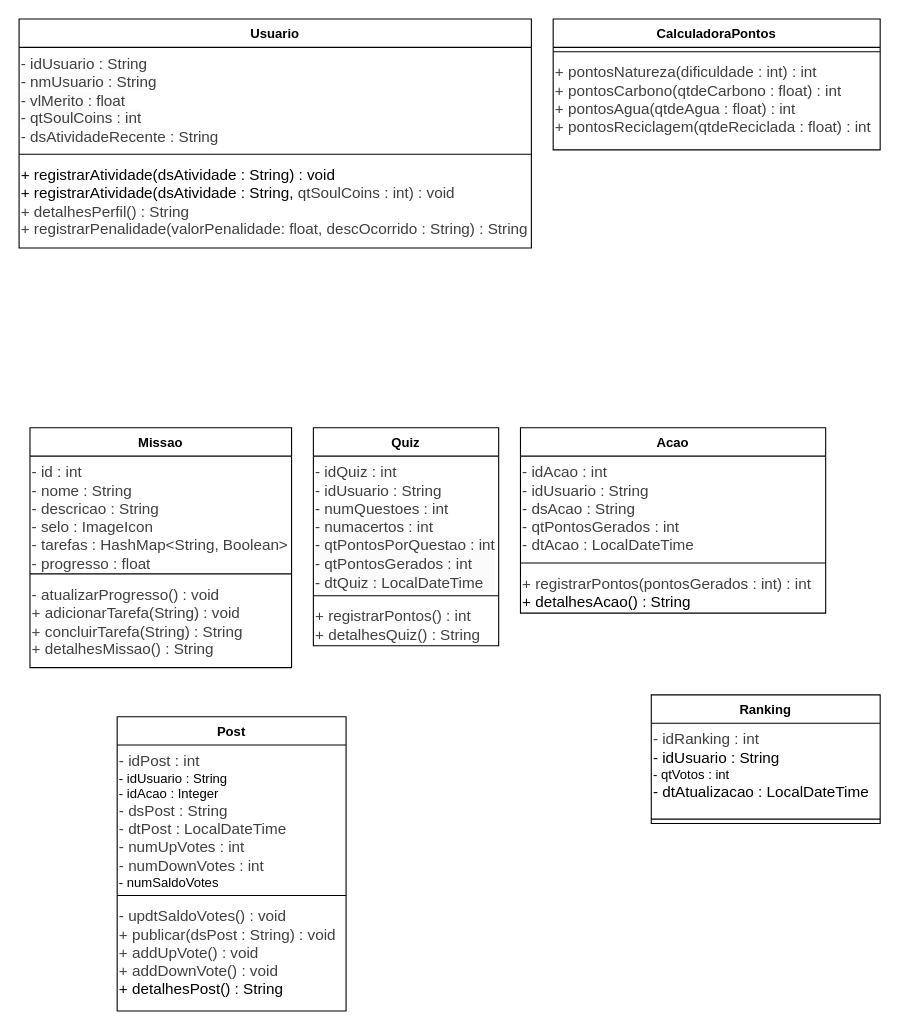
Before: diagrams/diagrama-classes.drawio in SolConTech/ecoscore-java-db, a draw.io diagram. Source tidied: cells renumbered, new cells numbered last; positions are measured from the earlier drawing's top-left corner, leaving out a move shared by most shapes. Both pictures are drawn from the tidied source at 109%, with x=0, y=0 at pixel (19, 19).
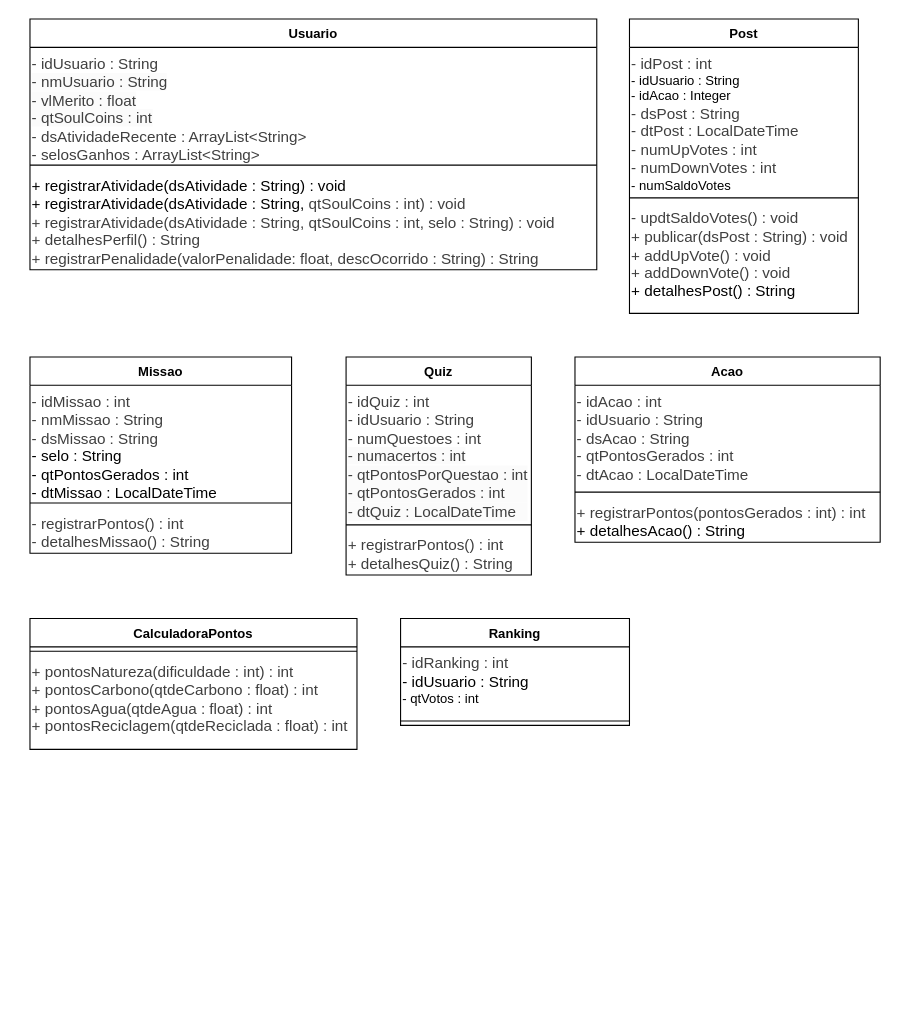
The same diagram, later.

Change to the diagram source:
```diff
@@
     <mxCell id="2" value="Usuario" style="swimlane;fontStyle=1;align=center;verticalAlign=top;horizontal=1;startSize=26;whiteSpace=wrap;html=1;" parent="1" vertex="1">
-      <mxGeometry width="470" height="210" as="geometry" />
+      <mxGeometry x="10" width="520" height="230" as="geometry" />
     </mxCell>
-    <mxCell id="3" value="&lt;div&gt;&lt;span style=&quot;color: rgb(63, 63, 63); font-size: 14px;&quot;&gt;- idUsuario : String&lt;/span&gt;&lt;span style=&quot;background-color: light-dark(#ffffff, var(--ge-dark-color, #121212));&quot;&gt;&lt;span style=&quot;color: rgb(63, 63, 63); font-family: Helvetica; font-size: 14px; font-style: normal; font-variant-ligatures: normal; font-variant-caps: normal; letter-spacing: normal; orphans: 2; text-align: -webkit-left; text-indent: 0px; text-transform: none; widows: 2; word-spacing: 0px; -webkit-text-stroke-width: 0px; white-space: normal; text-decoration-thickness: initial; text-decoration-style: initial; text-decoration-color: initial; float: none; background-color: rgb(251, 251, 251); display: inline !important;&quot;&gt;&lt;/span&gt;&lt;/span&gt;&lt;/div&gt;&lt;span style=&quot;background-color: light-dark(#ffffff, var(--ge-dark-color, #121212));&quot;&gt;&lt;span style=&quot;color: rgb(63, 63, 63); font-family: Helvetica; font-size: 14px; font-style: normal; font-variant-ligatures: normal; font-variant-caps: normal; letter-spacing: normal; orphans: 2; text-align: -webkit-left; text-indent: 0px; text-transform: none; widows: 2; word-spacing: 0px; -webkit-text-stroke-width: 0px; white-space: normal; text-decoration-thickness: initial; text-decoration-style: initial; text-decoration-color: initial; float: none; background-color: rgb(251, 251, 251); display: inline !important;&quot;&gt;- nmUsuario : String&lt;/span&gt;&lt;br style=&quot;forced-color-adjust: none; color: rgb(63, 63, 63); scrollbar-color: rgb(226, 226, 226) rgb(251, 251, 251); font-family: Helvetica; font-size: 14px; font-style: normal; font-variant-ligatures: normal; font-variant-caps: normal; letter-spacing: normal; orphans: 2; text-align: -webkit-left; text-indent: 0px; text-transform: none; widows: 2; word-spacing: 0px; -webkit-text-stroke-width: 0px; white-space: normal; text-decoration-thickness: initial; text-decoration-style: initial; text-decoration-color: initial; background-color: rgb(251, 251, 251);&quot;&gt;&lt;span style=&quot;color: rgb(63, 63, 63); font-family: Helvetica; font-size: 14px; font-style: normal; font-variant-ligatures: normal; font-variant-caps: normal; letter-spacing: normal; orphans: 2; text-align: -webkit-left; text-indent: 0px; text-transform: none; widows: 2; word-spacing: 0px; -webkit-text-stroke-width: 0px; white-space: normal; text-decoration-thickness: initial; text-decoration-style: initial; text-decoration-color: initial; float: none; background-color: rgb(251, 251, 251); display: inline !important;&quot;&gt;- vlMerito : float&lt;/span&gt;&lt;br style=&quot;forced-color-adjust: none; color: rgb(63, 63, 63); scrollbar-color: rgb(226, 226, 226) rgb(251, 251, 251); font-family: Helvetica; font-size: 14px; font-style: normal; font-variant-ligatures: normal; font-variant-caps: normal; letter-spacing: normal; orphans: 2; text-align: -webkit-left; text-indent: 0px; text-transform: none; widows: 2; word-spacing: 0px; -webkit-text-stroke-width: 0px; white-space: normal; text-decoration-thickness: initial; text-decoration-style: initial; text-decoration-color: initial; background-color: rgb(251, 251, 251);&quot;&gt;&lt;span style=&quot;color: rgb(63, 63, 63); font-family: Helvetica; font-size: 14px; font-style: normal; font-variant-ligatures: normal; font-variant-caps: normal; letter-spacing: normal; orphans: 2; text-align: -webkit-left; text-indent: 0px; text-transform: none; widows: 2; word-spacing: 0px; -webkit-text-stroke-width: 0px; white-space: normal; text-decoration-thickness: initial; text-decoration-style: initial; text-decoration-color: initial; float: none; background-color: rgb(251, 251, 251); display: inline !important;&quot;&gt;- qtSoulCoins : int&lt;/span&gt;&lt;/span&gt;&lt;div&gt;&lt;div&gt;&lt;span style=&quot;color: rgb(63, 63, 63); font-family: Helvetica; font-size: 14px; font-style: normal; font-variant-ligatures: normal; font-variant-caps: normal; letter-spacing: normal; orphans: 2; text-align: -webkit-left; text-indent: 0px; text-transform: none; widows: 2; word-spacing: 0px; -webkit-text-stroke-width: 0px; white-space: normal; text-decoration-thickness: initial; text-decoration-style: initial; text-decoration-color: initial; float: none; background-color: light-dark(#ffffff, var(--ge-dark-color, #121212)); display: inline !important;&quot;&gt;- dsAtividadeRecente : String&lt;/span&gt;&lt;/div&gt;&lt;/div&gt;" style="text;whiteSpace=wrap;html=1;" parent="2" vertex="1">
-      <mxGeometry y="26" width="470" height="94" as="geometry" />
+    <mxCell id="3" value="&lt;div&gt;&lt;span style=&quot;color: rgb(63, 63, 63); font-size: 14px;&quot;&gt;- idUsuario : String&lt;/span&gt;&lt;span style=&quot;background-color: light-dark(#ffffff, var(--ge-dark-color, #121212));&quot;&gt;&lt;span style=&quot;color: rgb(63, 63, 63); font-family: Helvetica; font-size: 14px; font-style: normal; font-variant-ligatures: normal; font-variant-caps: normal; letter-spacing: normal; orphans: 2; text-align: -webkit-left; text-indent: 0px; text-transform: none; widows: 2; word-spacing: 0px; -webkit-text-stroke-width: 0px; white-space: normal; text-decoration-thickness: initial; text-decoration-style: initial; text-decoration-color: initial; float: none; background-color: rgb(251, 251, 251); display: inline !important;&quot;&gt;&lt;/span&gt;&lt;/span&gt;&lt;/div&gt;&lt;span style=&quot;background-color: light-dark(#ffffff, var(--ge-dark-color, #121212));&quot;&gt;&lt;span style=&quot;color: rgb(63, 63, 63); font-family: Helvetica; font-size: 14px; font-style: normal; font-variant-ligatures: normal; font-variant-caps: normal; letter-spacing: normal; orphans: 2; text-align: -webkit-left; text-indent: 0px; text-transform: none; widows: 2; word-spacing: 0px; -webkit-text-stroke-width: 0px; white-space: normal; text-decoration-thickness: initial; text-decoration-style: initial; text-decoration-color: initial; float: none; background-color: rgb(251, 251, 251); display: inline !important;&quot;&gt;- nmUsuario : String&lt;/span&gt;&lt;br style=&quot;forced-color-adjust: none; color: rgb(63, 63, 63); scrollbar-color: rgb(226, 226, 226) rgb(251, 251, 251); font-family: Helvetica; font-size: 14px; font-style: normal; font-variant-ligatures: normal; font-variant-caps: normal; letter-spacing: normal; orphans: 2; text-align: -webkit-left; text-indent: 0px; text-transform: none; widows: 2; word-spacing: 0px; -webkit-text-stroke-width: 0px; white-space: normal; text-decoration-thickness: initial; text-decoration-style: initial; text-decoration-color: initial; background-color: rgb(251, 251, 251);&quot;&gt;&lt;span style=&quot;color: rgb(63, 63, 63); font-family: Helvetica; font-size: 14px; font-style: normal; font-variant-ligatures: normal; font-variant-caps: normal; letter-spacing: normal; orphans: 2; text-align: -webkit-left; text-indent: 0px; text-transform: none; widows: 2; word-spacing: 0px; -webkit-text-stroke-width: 0px; white-space: normal; text-decoration-thickness: initial; text-decoration-style: initial; text-decoration-color: initial; float: none; background-color: rgb(251, 251, 251); display: inline !important;&quot;&gt;- vlMerito : float&lt;/span&gt;&lt;br style=&quot;forced-color-adjust: none; color: rgb(63, 63, 63); scrollbar-color: rgb(226, 226, 226) rgb(251, 251, 251); font-family: Helvetica; font-size: 14px; font-style: normal; font-variant-ligatures: normal; font-variant-caps: normal; letter-spacing: normal; orphans: 2; text-align: -webkit-left; text-indent: 0px; text-transform: none; widows: 2; word-spacing: 0px; -webkit-text-stroke-width: 0px; white-space: normal; text-decoration-thickness: initial; text-decoration-style: initial; text-decoration-color: initial; background-color: rgb(251, 251, 251);&quot;&gt;&lt;span style=&quot;color: rgb(63, 63, 63); font-family: Helvetica; font-size: 14px; font-style: normal; font-variant-ligatures: normal; font-variant-caps: normal; letter-spacing: normal; orphans: 2; text-align: -webkit-left; text-indent: 0px; text-transform: none; widows: 2; word-spacing: 0px; -webkit-text-stroke-width: 0px; white-space: normal; text-decoration-thickness: initial; text-decoration-style: initial; text-decoration-color: initial; float: none; background-color: rgb(251, 251, 251); display: inline !important;&quot;&gt;- qtSoulCoins : int&lt;/span&gt;&lt;/span&gt;&lt;div&gt;&lt;div&gt;&lt;span style=&quot;color: rgb(63, 63, 63); font-family: Helvetica; font-size: 14px; font-style: normal; font-variant-ligatures: normal; font-variant-caps: normal; letter-spacing: normal; orphans: 2; text-align: -webkit-left; text-indent: 0px; text-transform: none; widows: 2; word-spacing: 0px; -webkit-text-stroke-width: 0px; white-space: normal; text-decoration-thickness: initial; text-decoration-style: initial; text-decoration-color: initial; float: none; background-color: light-dark(#ffffff, var(--ge-dark-color, #121212)); display: inline !important;&quot;&gt;- dsAtividadeRecente : ArrayList&amp;lt;String&amp;gt;&lt;/span&gt;&lt;/div&gt;&lt;/div&gt;&lt;div&gt;&lt;span style=&quot;color: rgb(63, 63, 63); font-family: Helvetica; font-size: 14px; font-style: normal; font-variant-ligatures: normal; font-variant-caps: normal; letter-spacing: normal; orphans: 2; text-align: -webkit-left; text-indent: 0px; text-transform: none; widows: 2; word-spacing: 0px; -webkit-text-stroke-width: 0px; white-space: normal; text-decoration-thickness: initial; text-decoration-style: initial; text-decoration-color: initial; float: none; background-color: light-dark(#ffffff, var(--ge-dark-color, #121212)); display: inline !important;&quot;&gt;- selosGanhos : ArrayList&amp;lt;String&amp;gt;&lt;/span&gt;&lt;/div&gt;" style="text;whiteSpace=wrap;html=1;" parent="2" vertex="1">
+      <mxGeometry y="26" width="520" height="104" as="geometry" />
     </mxCell>
     <mxCell id="4" style="line;strokeWidth=1;fillColor=none;align=left;verticalAlign=middle;spacingTop=-1;spacingLeft=3;spacingRight=3;labelPosition=right;strokeColor=inherit;" parent="2" vertex="1">
-      <mxGeometry y="120" width="470" height="8" as="geometry" />
+      <mxGeometry y="130" width="520" height="8" as="geometry" />
     </mxCell>
-    <mxCell id="5" value="&lt;div&gt;&lt;span style=&quot;background-color: light-dark(#ffffff, var(--ge-dark-color, #121212)); font-size: 14px;&quot;&gt;+ registrarAtividade(dsAtividade : String) : void&lt;/span&gt;&lt;/div&gt;&lt;div&gt;&lt;span style=&quot;background-color: light-dark(#ffffff, var(--ge-dark-color, #121212)); font-size: 14px;&quot;&gt;+ registrarAtividade(dsAtividade : String,&amp;nbsp;&lt;/span&gt;&lt;span style=&quot;background-color: rgb(255, 255, 255); color: rgb(63, 63, 63); font-size: 14px;&quot;&gt;qtSoulCoins : int&lt;/span&gt;&lt;span style=&quot;background-color: light-dark(#ffffff, var(--ge-dark-color, #121212)); color: rgb(63, 63, 63); font-size: 14px;&quot;&gt;) : void&lt;/span&gt;&lt;/div&gt;&lt;div&gt;&lt;div&gt;&lt;span style=&quot;color: rgb(63, 63, 63); font-family: Helvetica; font-size: 14px; font-style: normal; font-variant-ligatures: normal; font-variant-caps: normal; letter-spacing: normal; orphans: 2; text-align: -webkit-left; text-indent: 0px; text-transform: none; widows: 2; word-spacing: 0px; -webkit-text-stroke-width: 0px; white-space: normal; text-decoration-thickness: initial; text-decoration-style: initial; text-decoration-color: initial; float: none; background-color: light-dark(#ffffff, var(--ge-dark-color, #121212)); display: inline !important;&quot;&gt;+ detalhesPerfil() : String&lt;/span&gt;&lt;/div&gt;&lt;/div&gt;&lt;div&gt;&lt;span style=&quot;color: rgb(63, 63, 63); font-family: Helvetica; font-size: 14px; font-style: normal; font-variant-ligatures: normal; font-variant-caps: normal; letter-spacing: normal; orphans: 2; text-align: -webkit-left; text-indent: 0px; text-transform: none; widows: 2; word-spacing: 0px; -webkit-text-stroke-width: 0px; white-space: normal; text-decoration-thickness: initial; text-decoration-style: initial; text-decoration-color: initial; float: none; background-color: light-dark(#ffffff, var(--ge-dark-color, #121212)); display: inline !important;&quot;&gt;+ registrarPenalidade(valorPenalidade: float, descOcorrido : String) : String&lt;/span&gt;&lt;/div&gt;" style="text;whiteSpace=wrap;html=1;" parent="2" vertex="1">
-      <mxGeometry y="128" width="470" height="82" as="geometry" />
+    <mxCell id="5" value="&lt;div&gt;&lt;span style=&quot;background-color: light-dark(#ffffff, var(--ge-dark-color, #121212)); font-size: 14px;&quot;&gt;+ registrarAtividade(dsAtividade : String) : void&lt;/span&gt;&lt;/div&gt;&lt;div&gt;&lt;span style=&quot;background-color: light-dark(#ffffff, var(--ge-dark-color, #121212)); font-size: 14px;&quot;&gt;+ registrarAtividade(dsAtividade : String,&amp;nbsp;&lt;/span&gt;&lt;span style=&quot;background-color: rgb(255, 255, 255); color: rgb(63, 63, 63); font-size: 14px;&quot;&gt;qtSoulCoins : int&lt;/span&gt;&lt;span style=&quot;background-color: light-dark(#ffffff, var(--ge-dark-color, #121212)); color: rgb(63, 63, 63); font-size: 14px;&quot;&gt;) : void&lt;/span&gt;&lt;/div&gt;&lt;div&gt;&lt;span style=&quot;background-color: light-dark(#ffffff, var(--ge-dark-color, #121212)); color: rgb(63, 63, 63); font-size: 14px;&quot;&gt;&lt;span style=&quot;color: rgb(63, 63, 63); scrollbar-color: rgb(226, 226, 226) rgb(251, 251, 251);&quot;&gt;+ registrarAtividade(dsAtividade : String, &lt;/span&gt;&lt;span style=&quot;scrollbar-color: rgb(226, 226, 226) rgb(251, 251, 251); background-color: rgb(255, 255, 255); color: rgb(63, 63, 63);&quot;&gt;qtSoulCoins : int, selo : String&lt;/span&gt;&lt;span style=&quot;scrollbar-color: rgb(226, 226, 226) rgb(251, 251, 251); color: rgb(63, 63, 63);&quot;&gt;) : void&lt;/span&gt;&lt;/span&gt;&lt;/div&gt;&lt;div&gt;&lt;div&gt;&lt;span style=&quot;color: rgb(63, 63, 63); font-family: Helvetica; font-size: 14px; font-style: normal; font-variant-ligatures: normal; font-variant-caps: normal; letter-spacing: normal; orphans: 2; text-align: -webkit-left; text-indent: 0px; text-transform: none; widows: 2; word-spacing: 0px; -webkit-text-stroke-width: 0px; white-space: normal; text-decoration-thickness: initial; text-decoration-style: initial; text-decoration-color: initial; float: none; background-color: light-dark(#ffffff, var(--ge-dark-color, #121212)); display: inline !important;&quot;&gt;+ detalhesPerfil() : String&lt;/span&gt;&lt;/div&gt;&lt;/div&gt;&lt;div&gt;&lt;span style=&quot;color: rgb(63, 63, 63); font-family: Helvetica; font-size: 14px; font-style: normal; font-variant-ligatures: normal; font-variant-caps: normal; letter-spacing: normal; orphans: 2; text-align: -webkit-left; text-indent: 0px; text-transform: none; widows: 2; word-spacing: 0px; -webkit-text-stroke-width: 0px; white-space: normal; text-decoration-thickness: initial; text-decoration-style: initial; text-decoration-color: initial; float: none; background-color: light-dark(#ffffff, var(--ge-dark-color, #121212)); display: inline !important;&quot;&gt;+ registrarPenalidade(valorPenalidade: float, descOcorrido : String) : String&lt;/span&gt;&lt;/div&gt;" style="text;whiteSpace=wrap;html=1;" parent="2" vertex="1">
+      <mxGeometry y="138" width="520" height="92" as="geometry" />
     </mxCell>
     <mxCell id="6" value="Acao" style="swimlane;fontStyle=1;align=center;verticalAlign=top;horizontal=1;startSize=26;whiteSpace=wrap;html=1;" parent="1" vertex="1">
-      <mxGeometry x="460" y="375" width="280" height="170" as="geometry" />
+      <mxGeometry x="510" y="310" width="280" height="170" as="geometry" />
     </mxCell>
@@
     <mxCell id="10" value="CalculadoraPontos" style="swimlane;fontStyle=1;align=center;verticalAlign=top;horizontal=1;startSize=26;whiteSpace=wrap;html=1;" parent="1" vertex="1">
-      <mxGeometry x="490" width="300" height="120" as="geometry" />
+      <mxGeometry x="10" y="550" width="300" height="120" as="geometry" />
     </mxCell>
@@
     <mxCell id="13" value="Missao" style="swimlane;fontStyle=1;align=center;verticalAlign=top;horizontal=1;startSize=26;whiteSpace=wrap;html=1;" parent="1" vertex="1">
-      <mxGeometry x="10" y="375" width="240" height="220" as="geometry" />
+      <mxGeometry x="10" y="310" width="240" height="180" as="geometry" />
     </mxCell>
-    <mxCell id="14" value="&lt;div&gt;&lt;span style=&quot;color: rgb(63, 63, 63); font-size: 14px; background-color: transparent;&quot;&gt;- id : int&lt;/span&gt;&lt;/div&gt;&lt;div&gt;&lt;span style=&quot;color: rgb(63, 63, 63); font-size: 14px; background-color: transparent;&quot;&gt;- nome : String&lt;/span&gt;&lt;/div&gt;&lt;div&gt;&lt;span style=&quot;color: rgb(63, 63, 63); font-size: 14px; background-color: transparent;&quot;&gt;- descricao : String&lt;/span&gt;&lt;/div&gt;&lt;div&gt;&lt;span style=&quot;color: rgb(63, 63, 63); font-size: 14px; background-color: transparent;&quot;&gt;&lt;span style=&quot;color: rgb(63, 63, 63);&quot;&gt;- selo : ImageIcon&lt;/span&gt;&lt;/span&gt;&lt;/div&gt;&lt;div&gt;&lt;span style=&quot;color: rgb(63, 63, 63); font-size: 14px; background-color: transparent;&quot;&gt;&lt;span style=&quot;color: rgb(63, 63, 63);&quot;&gt;- tarefas : HashMap&amp;lt;String, Boolean&amp;gt;&lt;/span&gt;&lt;/span&gt;&lt;/div&gt;&lt;div&gt;&lt;span style=&quot;color: rgb(63, 63, 63); font-size: 14px; background-color: transparent;&quot;&gt;&lt;span style=&quot;color: rgb(63, 63, 63);&quot;&gt;- progresso : float&lt;/span&gt;&lt;/span&gt;&lt;/div&gt;" style="text;whiteSpace=wrap;html=1;" parent="13" vertex="1">
+    <mxCell id="14" value="&lt;div&gt;&lt;span style=&quot;color: rgb(63, 63, 63); font-size: 14px; background-color: transparent;&quot;&gt;- idMissao : int&lt;/span&gt;&lt;/div&gt;&lt;div&gt;&lt;span style=&quot;color: rgb(63, 63, 63); font-size: 14px; background-color: transparent;&quot;&gt;- nmMissao : String&lt;/span&gt;&lt;/div&gt;&lt;div&gt;&lt;span style=&quot;color: rgb(63, 63, 63); font-size: 14px; background-color: transparent;&quot;&gt;- dsMissao : String&lt;/span&gt;&lt;/div&gt;&lt;div&gt;&lt;span style=&quot;background-color: transparent; font-size: 14px;&quot;&gt;- selo : String&lt;/span&gt;&lt;/div&gt;&lt;div&gt;&lt;span style=&quot;background-color: transparent; font-size: 14px;&quot;&gt;- qtPontosGerados : int&lt;/span&gt;&lt;/div&gt;&lt;div&gt;&lt;span style=&quot;background-color: transparent; font-size: 14px;&quot;&gt;- dtMissao : LocalDateTime&lt;/span&gt;&lt;/div&gt;" style="text;whiteSpace=wrap;html=1;" parent="13" vertex="1">
       <mxGeometry y="26" width="240" height="104" as="geometry" />
     </mxCell>
@@
-    <mxCell id="16" value="&lt;div style=&quot;scrollbar-color: rgb(226, 226, 226) rgb(251, 251, 251); color: rgb(63, 63, 63);&quot;&gt;&lt;div style=&quot;scrollbar-color: rgb(226, 226, 226) rgb(251, 251, 251); color: rgb(63, 63, 63);&quot;&gt;&lt;span style=&quot;font-size: 14px;&quot;&gt;- atualizarProgresso() : void&lt;/span&gt;&lt;/div&gt;&lt;div style=&quot;scrollbar-color: rgb(226, 226, 226) rgb(251, 251, 251); color: rgb(63, 63, 63);&quot;&gt;&lt;span style=&quot;font-size: 14px;&quot;&gt;+ adicionarTarefa(String) : void&lt;/span&gt;&lt;/div&gt;&lt;div style=&quot;scrollbar-color: rgb(226, 226, 226) rgb(251, 251, 251); color: rgb(63, 63, 63);&quot;&gt;&lt;span style=&quot;font-size: 14px;&quot;&gt;+ concluirTarefa(String) : String&lt;/span&gt;&lt;/div&gt;&lt;div style=&quot;scrollbar-color: rgb(226, 226, 226) rgb(251, 251, 251); color: rgb(63, 63, 63);&quot;&gt;&lt;span style=&quot;font-size: 14px;&quot;&gt;+ detalhesMissao() : String&lt;/span&gt;&lt;/div&gt;&lt;/div&gt;" style="text;whiteSpace=wrap;html=1;" parent="13" vertex="1">
-      <mxGeometry y="138" width="240" height="82" as="geometry" />
+    <mxCell id="16" value="&lt;div style=&quot;scrollbar-color: rgb(226, 226, 226) rgb(251, 251, 251); color: rgb(63, 63, 63);&quot;&gt;&lt;div style=&quot;scrollbar-color: rgb(226, 226, 226) rgb(251, 251, 251); color: rgb(63, 63, 63);&quot;&gt;&lt;span style=&quot;font-size: 14px;&quot;&gt;- registrarPontos() : int&lt;/span&gt;&lt;/div&gt;&lt;div style=&quot;scrollbar-color: rgb(226, 226, 226) rgb(251, 251, 251); color: rgb(63, 63, 63);&quot;&gt;&lt;span style=&quot;font-size: 14px;&quot;&gt;- detalhesMissao() : String&lt;/span&gt;&lt;/div&gt;&lt;/div&gt;" style="text;whiteSpace=wrap;html=1;" parent="13" vertex="1">
+      <mxGeometry y="138" width="240" height="42" as="geometry" />
     </mxCell>
     <mxCell id="17" value="Post" style="swimlane;fontStyle=1;align=center;verticalAlign=top;horizontal=1;startSize=26;whiteSpace=wrap;html=1;" parent="1" vertex="1">
-      <mxGeometry x="90" y="640" width="210" height="270" as="geometry" />
+      <mxGeometry x="560" width="210" height="270" as="geometry" />
     </mxCell>
@@
     <mxCell id="21" value="Ranking" style="swimlane;fontStyle=1;align=center;verticalAlign=top;horizontal=1;startSize=26;whiteSpace=wrap;html=1;" parent="1" vertex="1">
-      <mxGeometry x="580" y="620" width="210" height="118" as="geometry" />
+      <mxGeometry x="350" y="550" width="210" height="98" as="geometry" />
     </mxCell>
-    <mxCell id="22" value="&lt;div&gt;&lt;span style=&quot;color: rgb(63, 63, 63); font-size: 14px; background-color: transparent;&quot;&gt;- idRanking : int&lt;/span&gt;&lt;/div&gt;&lt;div&gt;&lt;span style=&quot;background-color: transparent; font-size: 14px;&quot;&gt;- idUsuario : String&lt;/span&gt;&lt;/div&gt;&lt;div&gt;- qtVotos : int&lt;/div&gt;&lt;div&gt;&lt;span style=&quot;font-size: 14px;&quot;&gt;- dtAtualizacao : LocalDateTime&lt;/span&gt;&lt;/div&gt;" style="text;whiteSpace=wrap;html=1;" parent="21" vertex="1">
-      <mxGeometry y="26" width="210" height="84" as="geometry" />
+    <mxCell id="22" value="&lt;div&gt;&lt;span style=&quot;color: rgb(63, 63, 63); font-size: 14px; background-color: transparent;&quot;&gt;- idRanking : int&lt;/span&gt;&lt;/div&gt;&lt;div&gt;&lt;span style=&quot;background-color: transparent; font-size: 14px;&quot;&gt;- idUsuario : String&lt;/span&gt;&lt;/div&gt;&lt;div&gt;- qtVotos : int&lt;/div&gt;" style="text;whiteSpace=wrap;html=1;" parent="21" vertex="1">
+      <mxGeometry y="26" width="210" height="64" as="geometry" />
     </mxCell>
     <mxCell id="23" style="line;strokeWidth=1;fillColor=none;align=left;verticalAlign=middle;spacingTop=-1;spacingLeft=3;spacingRight=3;labelPosition=right;strokeColor=inherit;" parent="21" vertex="1">
-      <mxGeometry y="110" width="210" height="8" as="geometry" />
+      <mxGeometry y="90" width="210" height="8" as="geometry" />
     </mxCell>
     <mxCell id="24" value="Quiz" style="swimlane;fontStyle=1;align=center;verticalAlign=top;horizontal=1;startSize=26;whiteSpace=wrap;html=1;" parent="1" vertex="1">
-      <mxGeometry x="270" y="375" width="170" height="200" as="geometry" />
+      <mxGeometry x="300" y="310" width="170" height="200" as="geometry" />
     </mxCell>
```
